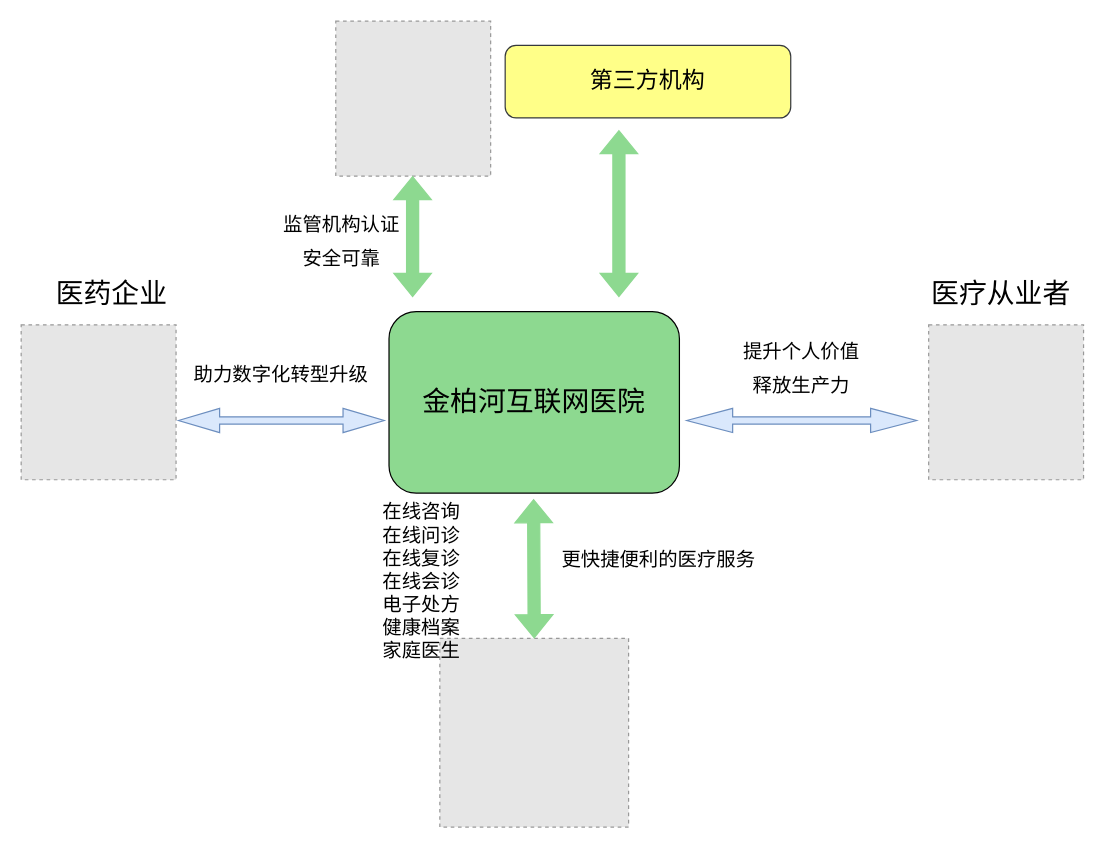
Earlier version of the draw.io diagram jbh/互联网医院价值.drawio (GitHeP/diagrams). Source tidied: cells renumbered, new cells numbered last; positions are measured from the earlier drawing's top-left corner, leaving out a move shared by most shapes. Both pictures are drawn from the tidied source at 121%, with x=0, y=0 at pixel (21, 21). Pictures stored in the file or linked from it are replaced by grey dashed boxes.
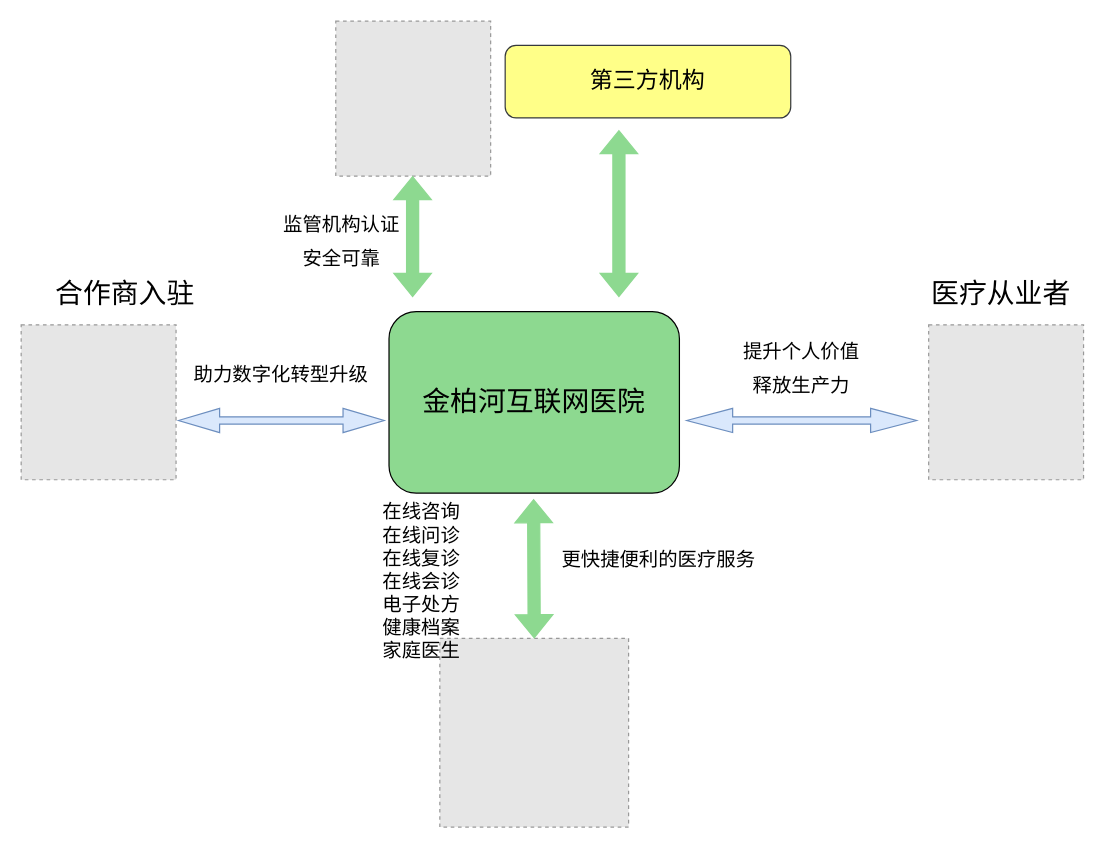
After the change.

Commit message (it also covers changes not shown here):
更新互联网医院价值.drawio

Diff of the diagram source:
```diff
@@
-    <mxCell id="4" value="医药企业" style="text;html=1;strokeColor=none;fillColor=none;align=center;verticalAlign=middle;whiteSpace=wrap;rounded=0;fontSize=23;" parent="1" vertex="1">
-      <mxGeometry x="22" y="210" width="106" height="30" as="geometry" />
+    <mxCell id="4" value="合作商入驻" style="text;html=1;strokeColor=none;fillColor=none;align=center;verticalAlign=middle;whiteSpace=wrap;rounded=0;fontSize=23;" parent="1" vertex="1">
+      <mxGeometry x="22" y="210" width="128" height="30" as="geometry" />
     </mxCell>
```
